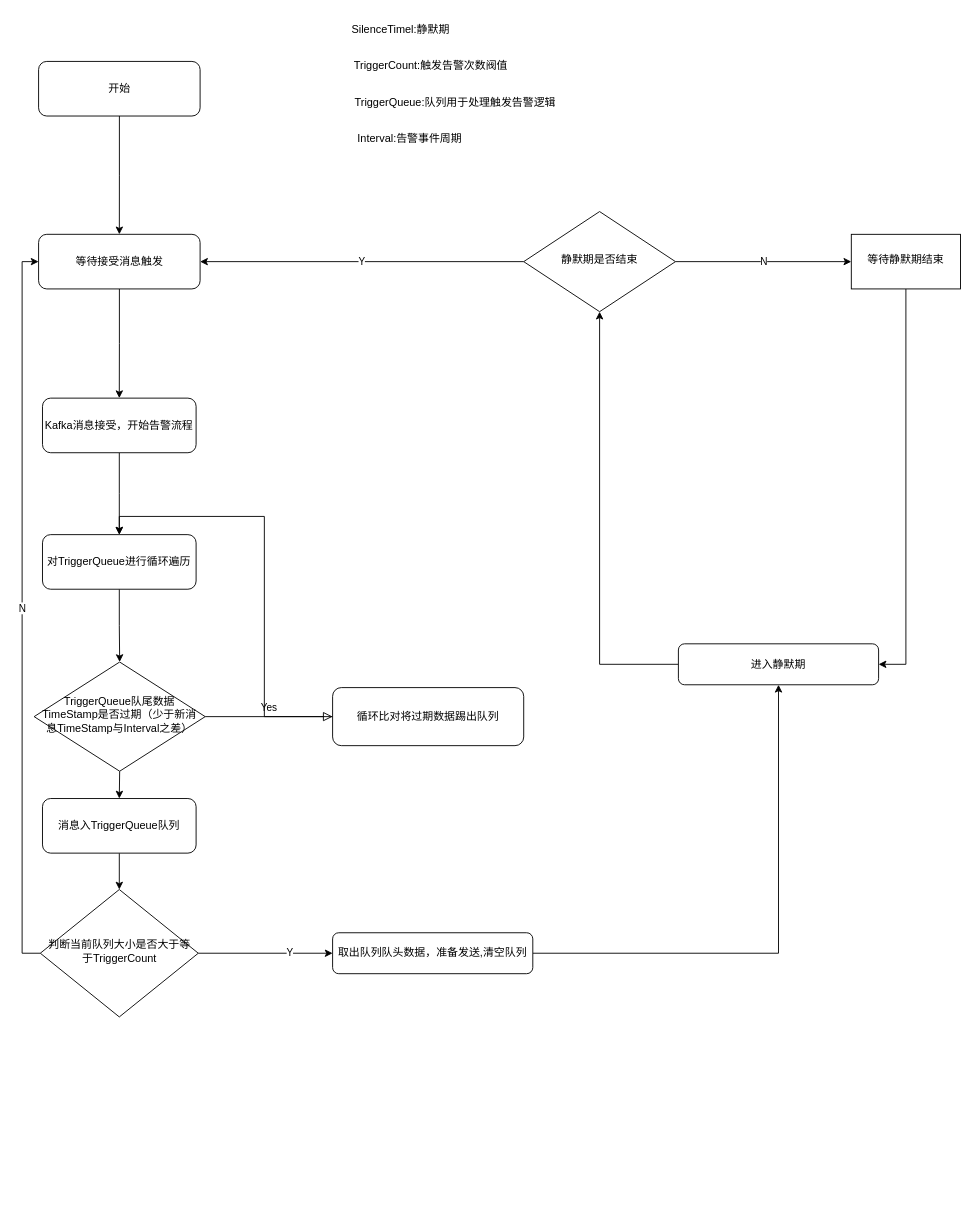
Before: Untitled Diagram.drawio in lingpengzhou/diagrams.io, a draw.io diagram. Source tidied: cells renumbered, new cells numbered last; positions are measured from the earlier drawing's top-left corner, leaving out a move shared by most shapes. Both pictures are drawn from the tidied source at 91%, with x=0, y=0 at pixel (34, 15).
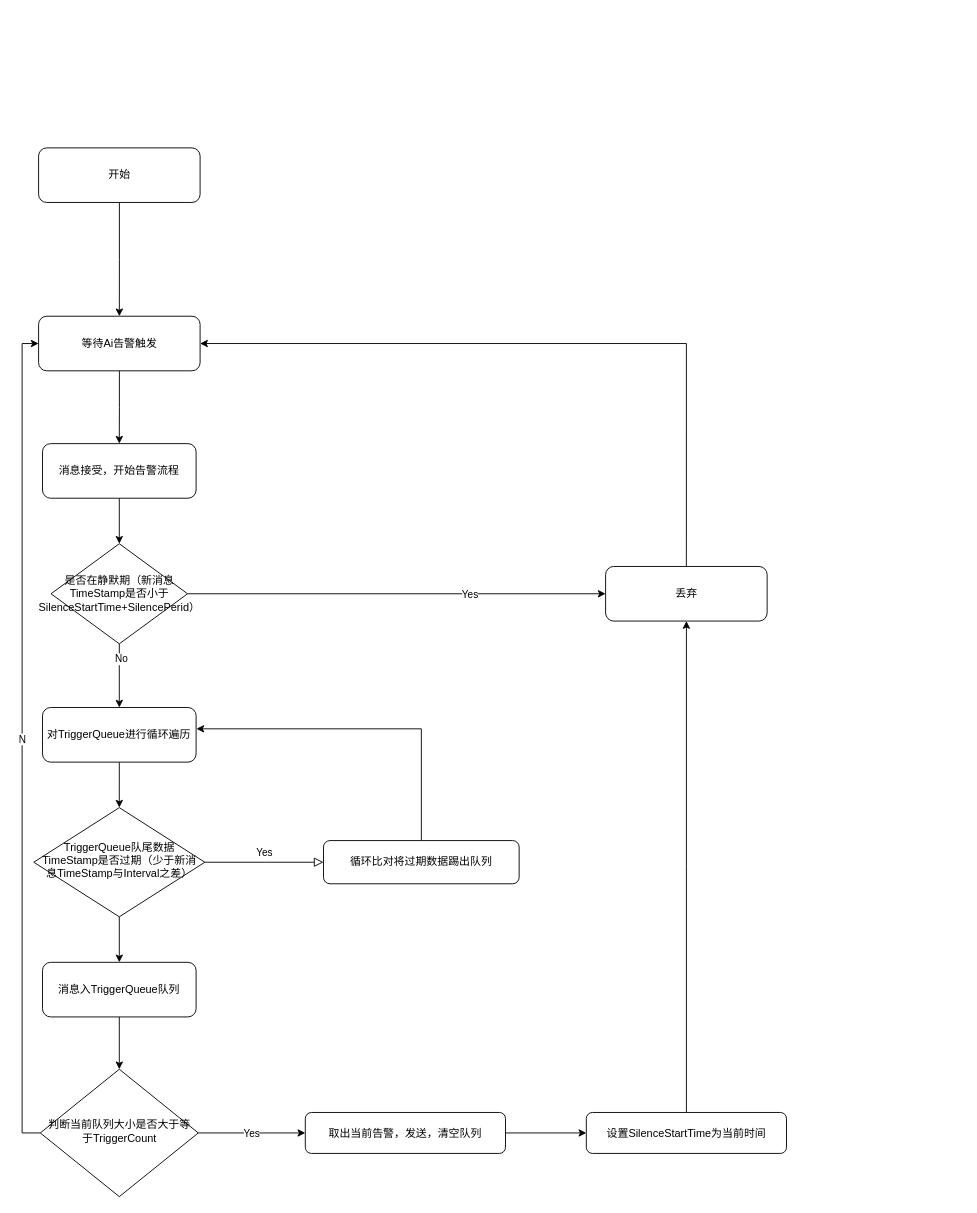
After the change.

What changed in the source:
```diff
@@
-    <mxCell id="2" style="edgeStyle=orthogonalEdgeStyle;rounded=0;jettySize=auto;html=1;entryX=0.5;entryY=0;entryDx=0;entryDy=0;" parent="1" edge="1" source="3" target="26">
-      <mxGeometry relative="1" as="geometry" />
-    </mxCell>
+    <mxCell id="35" style="edgeStyle=orthogonalEdgeStyle;rounded=0;jettySize=auto;html=1;exitX=0.5;exitY=1;exitDx=0;exitDy=0;entryX=0.5;entryY=0;entryDx=0;entryDy=0;" parent="1" edge="1" source="3" target="41">
+      <mxGeometry relative="1" as="geometry" />
+    </mxCell>
-    <mxCell id="3" value="Kafka消息接受，开始告警流程" style="rounded=1;whiteSpace=wrap;html=1;fontSize=12;glass=0;strokeWidth=1;shadow=0;" parent="1" vertex="1">
-      <mxGeometry x="9.2" y="420" width="168.8" height="60" as="geometry" />
+    <mxCell id="3" value="消息接受，开始告警流程" style="rounded=1;whiteSpace=wrap;html=1;fontSize=12;glass=0;strokeWidth=1;shadow=0;" parent="1" vertex="1">
+      <mxGeometry x="9.2" y="470" width="168.8" height="60" as="geometry" />
     </mxCell>
@@
     <mxCell id="6" value="TriggerQueue队尾数据TimeStamp是否过期（少于新消息TimeStamp与Interval之差）" style="rhombus;whiteSpace=wrap;html=1;shadow=0;fontFamily=Helvetica;fontSize=12;align=center;strokeWidth=1;spacing=6;spacingTop=-4;" parent="1" vertex="1">
-      <mxGeometry y="710" width="188" height="120" as="geometry" />
+      <mxGeometry x="-0.4" y="870" width="188" height="120" as="geometry" />
     </mxCell>
-    <mxCell id="7" style="edgeStyle=orthogonalEdgeStyle;rounded=0;jettySize=auto;html=1;entryX=0.5;entryY=0;entryDx=0;entryDy=0;" parent="1" edge="1" source="8" target="26">
+    <mxCell id="7" style="edgeStyle=orthogonalEdgeStyle;rounded=0;jettySize=auto;html=1;exitX=0.5;exitY=0;exitDx=0;exitDy=0;entryX=1.002;entryY=0.39;entryDx=0;entryDy=0;entryPerimeter=0;" parent="1" edge="1" source="8" target="26">
       <mxGeometry relative="1" as="geometry" />
     </mxCell>
     <mxCell id="8" value="循环比对将过期数据踢出队列" style="rounded=1;whiteSpace=wrap;html=1;fontSize=12;glass=0;strokeWidth=1;shadow=0;" parent="1" vertex="1">
-      <mxGeometry x="328" y="738.1" width="210" height="63.8" as="geometry" />
+      <mxGeometry x="318" y="906.2" width="215" height="47.5" as="geometry" />
     </mxCell>
-    <mxCell id="9" value="&amp;nbsp; TriggerCount:触发告警次数阀值" style="text;html=1;strokeColor=none;fillColor=none;align=center;verticalAlign=middle;whiteSpace=wrap;rounded=0;" parent="1" vertex="1">
-      <mxGeometry x="328" y="40" width="210" height="30" as="geometry" />
-    </mxCell>
@@
-    <mxCell id="11" value="等待接受消息触发" style="rounded=1;whiteSpace=wrap;html=1;fontSize=12;glass=0;strokeWidth=1;shadow=0;" parent="1" vertex="1">
-      <mxGeometry x="4.9" y="240" width="177.5" height="60" as="geometry" />
+    <mxCell id="11" value="等待Ai告警触发" style="rounded=1;whiteSpace=wrap;html=1;fontSize=12;glass=0;strokeWidth=1;shadow=0;" parent="1" vertex="1">
+      <mxGeometry x="4.9" y="330" width="177.5" height="60" as="geometry" />
     </mxCell>
-    <mxCell id="12" style="edgeStyle=orthogonalEdgeStyle;rounded=0;jettySize=auto;html=1;exitX=1;exitY=0.5;exitDx=0;exitDy=0;entryX=0;entryY=0.5;entryDx=0;entryDy=0;" parent="1" edge="1" source="15" target="17">
+    <mxCell id="12" value="Yes" style="edgeStyle=orthogonalEdgeStyle;rounded=0;jettySize=auto;html=1;exitX=1;exitY=0.5;exitDx=0;exitDy=0;entryX=0;entryY=0.5;entryDx=0;entryDy=0;" parent="1" edge="1" source="15" target="17">
       <mxGeometry relative="1" as="geometry" />
     </mxCell>
-    <mxCell id="13" value="Y" style="edgeLabel;html=1;align=center;verticalAlign=middle;" parent="12" vertex="1">
-      <mxGeometry x="0.36" y="2" relative="1" as="geometry" />
-    </mxCell>
@@
     <mxCell id="15" value="&lt;span style=&quot;&quot;&gt;判断当前队列大小是否大于等于TriggerCount&lt;/span&gt;" style="rhombus;whiteSpace=wrap;html=1;shadow=0;fontFamily=Helvetica;fontSize=12;align=center;strokeWidth=1;spacing=6;spacingTop=-4;" parent="1" vertex="1">
-      <mxGeometry x="6.8" y="960" width="173.6" height="140" as="geometry" />
+      <mxGeometry x="6.8" y="1157.5" width="173.6" height="140" as="geometry" />
     </mxCell>
@@
-    <mxCell id="17" value="取出队列队头数据，准备发送,清空队列" style="rounded=1;whiteSpace=wrap;html=1;fontSize=12;glass=0;strokeWidth=1;shadow=0;" parent="1" vertex="1">
-      <mxGeometry x="328" y="1007.5" width="220" height="45" as="geometry" />
+    <mxCell id="17" value="取出当前告警，发送，清空队列" style="rounded=1;whiteSpace=wrap;html=1;fontSize=12;glass=0;strokeWidth=1;shadow=0;" parent="1" vertex="1">
+      <mxGeometry x="298" y="1205" width="220" height="45" as="geometry" />
     </mxCell>
-    <mxCell id="18" value="N" style="edgeStyle=orthogonalEdgeStyle;rounded=0;jettySize=auto;html=1;" parent="1" edge="1" source="20" target="22">
-      <mxGeometry relative="1" as="geometry" />
-    </mxCell>
-    <mxCell id="19" value="Y" style="edgeStyle=orthogonalEdgeStyle;rounded=0;jettySize=auto;html=1;exitX=0;exitY=0.5;exitDx=0;exitDy=0;entryX=1;entryY=0.5;entryDx=0;entryDy=0;" parent="1" edge="1" source="20" target="11">
-      <mxGeometry relative="1" as="geometry" />
-    </mxCell>
-    <mxCell id="20" value="静默期是否结束" style="rhombus;whiteSpace=wrap;html=1;shadow=0;fontFamily=Helvetica;fontSize=12;align=center;strokeWidth=1;spacing=6;spacingTop=-4;" parent="1" vertex="1">
-      <mxGeometry x="538" y="215" width="166.8" height="110" as="geometry" />
-    </mxCell>
-    <mxCell id="21" style="edgeStyle=orthogonalEdgeStyle;rounded=0;jettySize=auto;html=1;entryX=1;entryY=0.5;entryDx=0;entryDy=0;" parent="1" edge="1" source="22" target="32">
-      <mxGeometry relative="1" as="geometry" />
-    </mxCell>
-    <mxCell id="22" value="等待静默期结束" style="whiteSpace=wrap;html=1;shadow=0;strokeWidth=1;spacing=6;spacingTop=-4;" parent="1" vertex="1">
-      <mxGeometry x="898" y="240" width="120" height="60" as="geometry" />
-    </mxCell>
@@
     <mxCell id="24" value="开始" style="rounded=1;whiteSpace=wrap;html=1;fontSize=12;glass=0;strokeWidth=1;shadow=0;" parent="1" vertex="1">
-      <mxGeometry x="4.9" y="50" width="177.5" height="60" as="geometry" />
+      <mxGeometry x="4.9" y="145" width="177.5" height="60" as="geometry" />
     </mxCell>
@@
     <mxCell id="26" value="对TriggerQueue进行循环遍历" style="rounded=1;whiteSpace=wrap;html=1;fontSize=12;glass=0;strokeWidth=1;shadow=0;" parent="1" vertex="1">
-      <mxGeometry x="9.2" y="570" width="168.8" height="60" as="geometry" />
+      <mxGeometry x="9.2" y="760" width="168.8" height="60" as="geometry" />
     </mxCell>
-    <mxCell id="27" value="TriggerQueue:队列用于处理触发告警逻辑" style="text;html=1;strokeColor=none;fillColor=none;align=center;verticalAlign=middle;whiteSpace=wrap;rounded=0;" parent="1" vertex="1">
-      <mxGeometry x="338" y="80" width="250" height="30" as="geometry" />
-    </mxCell>
-    <mxCell id="28" value="Interval:告警事件周期" style="text;html=1;strokeColor=none;fillColor=none;align=center;verticalAlign=middle;whiteSpace=wrap;rounded=0;" parent="1" vertex="1">
-      <mxGeometry x="288" y="120" width="250" height="30" as="geometry" />
-    </mxCell>
@@
     <mxCell id="30" value="消息入TriggerQueue队列" style="rounded=1;whiteSpace=wrap;html=1;fontSize=12;glass=0;strokeWidth=1;shadow=0;" parent="1" vertex="1">
-      <mxGeometry x="9.2" y="860" width="168.8" height="60" as="geometry" />
+      <mxGeometry x="9.2" y="1040" width="168.8" height="60" as="geometry" />
     </mxCell>
-    <mxCell id="31" style="edgeStyle=orthogonalEdgeStyle;rounded=0;jettySize=auto;html=1;" parent="1" edge="1" source="32" target="20">
-      <mxGeometry relative="1" as="geometry" />
-    </mxCell>
+    <mxCell id="36" style="edgeStyle=orthogonalEdgeStyle;rounded=0;jettySize=auto;html=1;" parent="1" edge="1" source="32" target="43">
+      <mxGeometry relative="1" as="geometry" />
+    </mxCell>
-    <mxCell id="32" value="进入静默期" style="rounded=1;whiteSpace=wrap;html=1;fontSize=12;glass=0;strokeWidth=1;shadow=0;" parent="1" vertex="1">
-      <mxGeometry x="708" y="690" width="220" height="45" as="geometry" />
+    <mxCell id="32" value="设置SilenceStartTime为当前时间" style="rounded=1;whiteSpace=wrap;html=1;fontSize=12;glass=0;strokeWidth=1;shadow=0;" parent="1" vertex="1">
+      <mxGeometry x="606.8" y="1205" width="220" height="45" as="geometry" />
     </mxCell>
-    <mxCell id="33" style="edgeStyle=orthogonalEdgeStyle;rounded=0;orthogonalLoop=1;jettySize=auto;html=1;exitX=0.5;exitY=1;exitDx=0;exitDy=0;" parent="1" edge="1" source="9" target="9">
-      <mxGeometry relative="1" as="geometry" />
+    <mxCell id="33" style="edgeStyle=orthogonalEdgeStyle;rounded=0;orthogonalLoop=1;jettySize=auto;html=1;exitX=0.5;exitY=1;exitDx=0;exitDy=0;" parent="1" edge="1">
+      <mxGeometry relative="1" as="geometry">
+        <mxPoint x="383" y="200" as="sourcePoint" />
+        <mxPoint x="383" y="200" as="targetPoint" />
+      </mxGeometry>
     </mxCell>
-    <mxCell id="34" value="SilenceTimel:静默期" style="text;html=1;strokeColor=none;fillColor=none;align=center;verticalAlign=middle;whiteSpace=wrap;rounded=0;" parent="1" vertex="1">
-      <mxGeometry x="278" width="250" height="30" as="geometry" />
-    </mxCell>
+    <mxCell id="37" style="edgeStyle=orthogonalEdgeStyle;rounded=0;jettySize=auto;html=1;exitX=0.5;exitY=1;exitDx=0;exitDy=0;entryX=0.5;entryY=0;entryDx=0;entryDy=0;" parent="1" edge="1" source="41" target="26">
+      <mxGeometry relative="1" as="geometry" />
+    </mxCell>
+    <mxCell id="38" value="No" style="edgeLabel;html=1;align=center;verticalAlign=middle;" parent="37" vertex="1">
+      <mxGeometry x="-0.54" y="2" relative="1" as="geometry" />
+    </mxCell>
+    <mxCell id="39" style="edgeStyle=orthogonalEdgeStyle;rounded=0;jettySize=auto;html=1;exitX=1;exitY=0.5;exitDx=0;exitDy=0;entryX=0;entryY=0.5;entryDx=0;entryDy=0;" parent="1" edge="1" source="41" target="43">
+      <mxGeometry relative="1" as="geometry" />
+    </mxCell>
+    <mxCell id="40" value="Yes" style="edgeLabel;html=1;align=center;verticalAlign=middle;" parent="39" vertex="1">
+      <mxGeometry x="0.35" relative="1" as="geometry" />
+    </mxCell>
+    <mxCell id="41" value="是否在静默期（新消息TimeStamp是否小于SilenceStartTime+SilencePerid）" style="rhombus;whiteSpace=wrap;html=1;" parent="1" vertex="1">
+      <mxGeometry x="18.6" y="580" width="150" height="110" as="geometry" />
+    </mxCell>
+    <mxCell id="42" style="edgeStyle=orthogonalEdgeStyle;rounded=0;jettySize=auto;html=1;exitX=0.5;exitY=0;exitDx=0;exitDy=0;entryX=1;entryY=0.5;entryDx=0;entryDy=0;" parent="1" edge="1" source="43" target="11">
+      <mxGeometry relative="1" as="geometry" />
+    </mxCell>
+    <mxCell id="43" value="丢弃" style="rounded=1;whiteSpace=wrap;html=1;fontSize=12;glass=0;strokeWidth=1;shadow=0;" parent="1" vertex="1">
+      <mxGeometry x="628" y="605" width="177.5" height="60" as="geometry" />
+    </mxCell>
```
